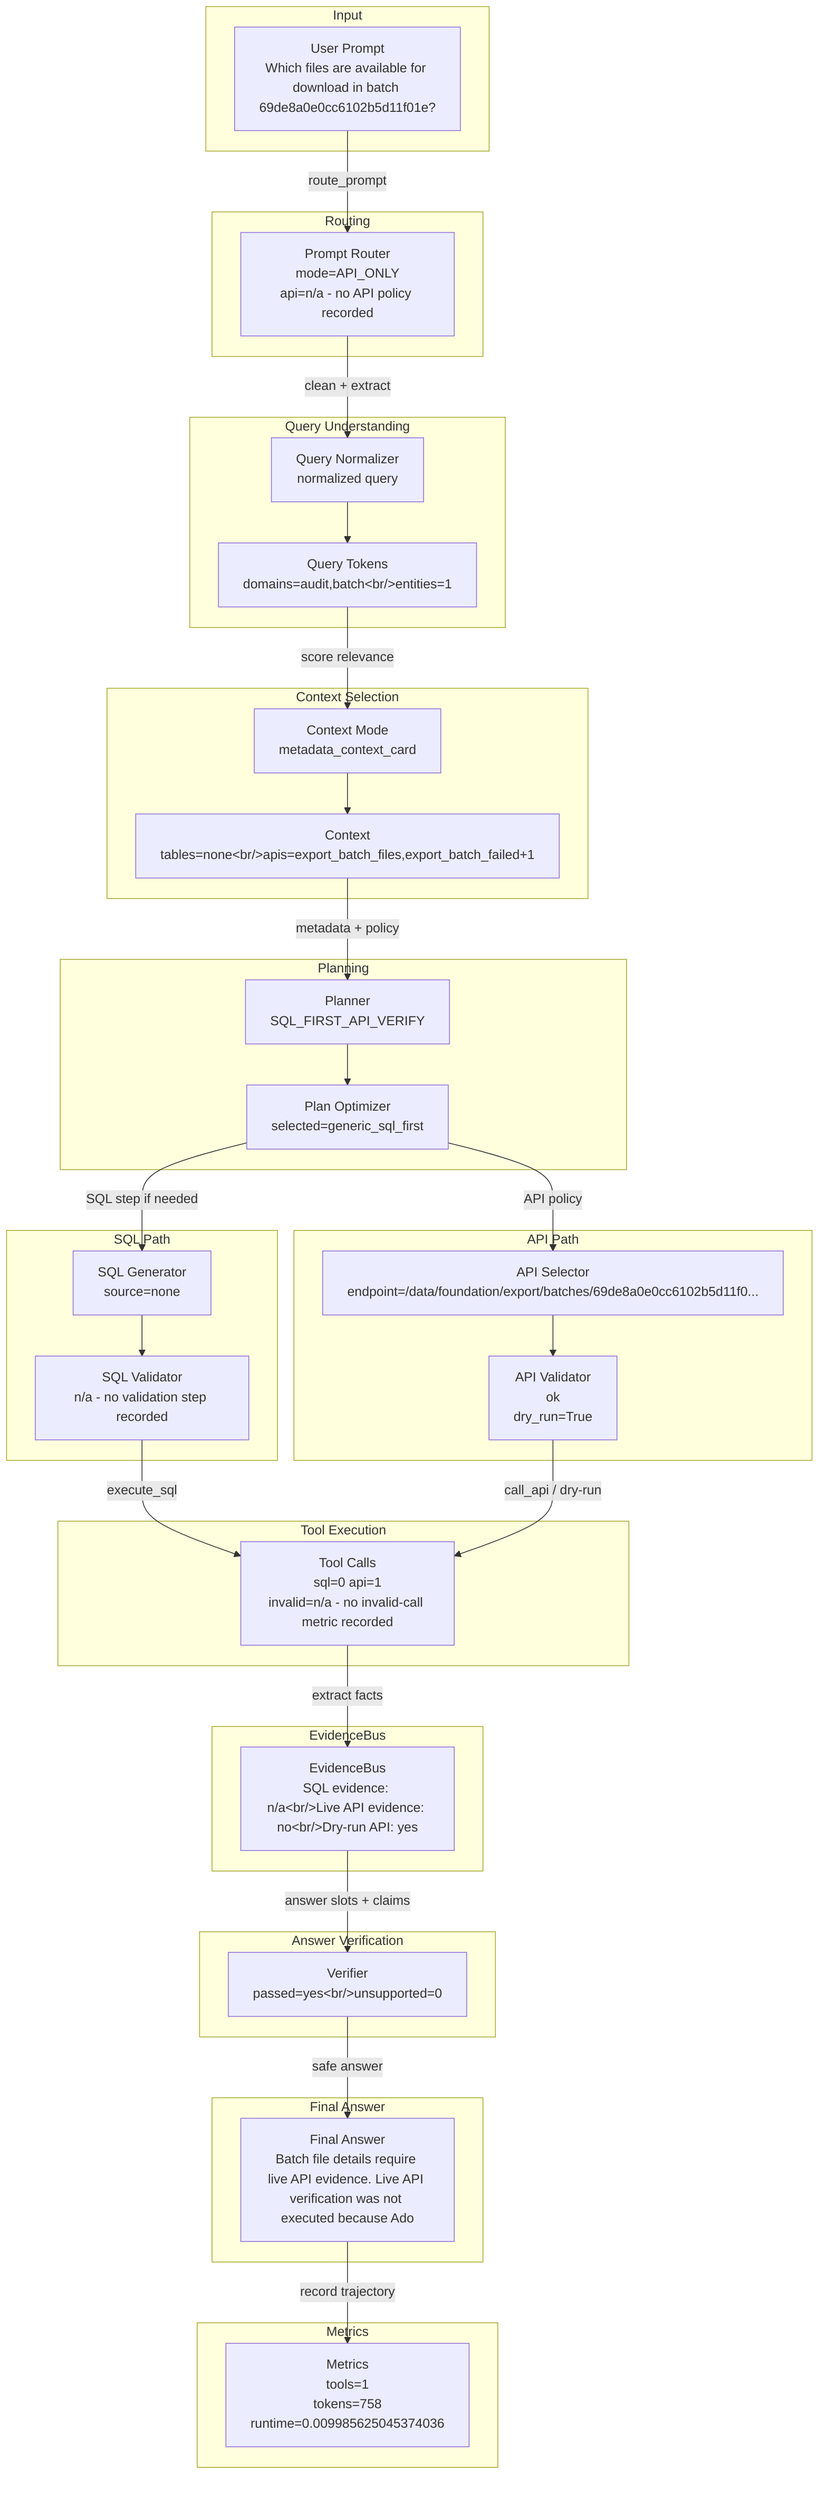
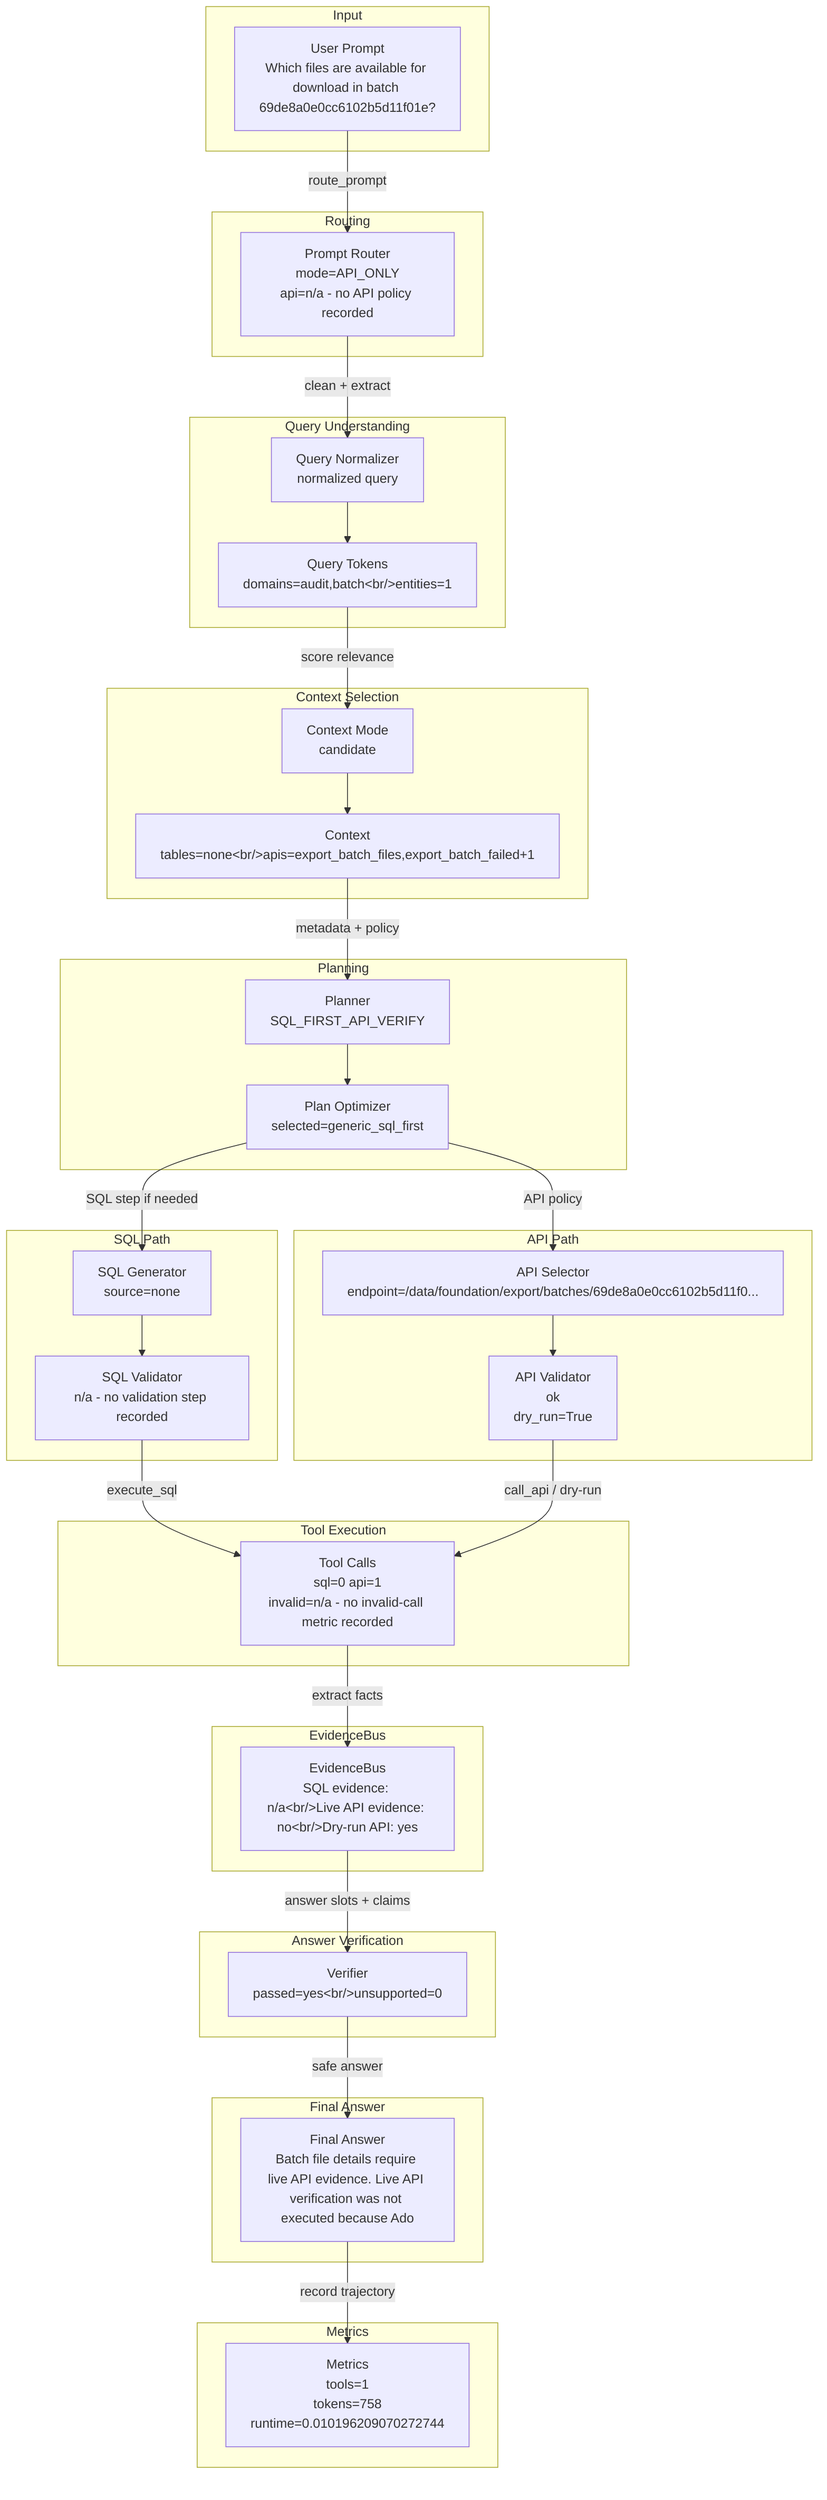
flowchart TD
  subgraph Input
    input_prompt["User Prompt<br/>Which files are available for download in batch 69de8a0e0cc6102b5d11f01e?"]
  end
  subgraph Routing
    router["Prompt Router<br/>mode=API_ONLY<br/>api=n/a - no API policy recorded"]
    input_prompt -->|route_prompt| router
  end
  subgraph QueryUnderstanding["Query Understanding"]
    normalizer["Query Normalizer<br/>normalized query"]
    tokens["Query Tokens<br/>domains=audit,batch&lt;br/&gt;entities=1"]
    router -->|clean + extract| normalizer --> tokens
  end
  subgraph ContextSelection["Context Selection"]
-     context["Context Mode<br/>metadata_context_card"]
+     context["Context Mode<br/>candidate"]
    candidates["Context<br/>tables=none&lt;br/&gt;apis=export_batch_files,export_batch_failed+1"]
    tokens -->|score relevance| context --> candidates
  end
  subgraph Planning
    planner["Planner<br/>SQL_FIRST_API_VERIFY"]
    optimizer["Plan Optimizer<br/>selected=generic_sql_first"]
    candidates -->|metadata + policy| planner --> optimizer
  end
  subgraph SQLPath["SQL Path"]
    sqlgen["SQL Generator<br/>source=none"]
    sqlval["SQL Validator<br/>n/a - no validation step recorded"]
    optimizer -->|SQL step if needed| sqlgen --> sqlval
  end
  subgraph APIPath["API Path"]
    apisel["API Selector<br/>endpoint=/data/foundation/export/batches/69de8a0e0cc6102b5d11f0..."]
    apival["API Validator<br/>ok<br/>dry_run=True"]
    optimizer -->|API policy| apisel --> apival
  end
  subgraph ToolExecution["Tool Execution"]
    tools["Tool Calls<br/>sql=0 api=1<br/>invalid=n/a - no invalid-call metric recorded"]
    sqlval -->|execute_sql| tools
    apival -->|call_api / dry-run| tools
  end
  subgraph EvidenceBus
    evidence["EvidenceBus<br/>SQL evidence: n/a&lt;br/&gt;Live API evidence: no&lt;br/&gt;Dry-run API: yes"]
    tools -->|extract facts| evidence
  end
  subgraph AnswerVerification["Answer Verification"]
    verifier["Verifier<br/>passed=yes&lt;br/&gt;unsupported=0"]
    evidence -->|answer slots + claims| verifier
  end
  subgraph FinalAnswer["Final Answer"]
    answer["Final Answer<br/>Batch file details require live API evidence. Live API verification was not executed because Ado"]
    verifier -->|safe answer| answer
  end
  subgraph Metrics
-     metrics["Metrics<br/>tools=1<br/>tokens=758<br/>runtime=0.009985625045374036"]
+     metrics["Metrics<br/>tools=1<br/>tokens=758<br/>runtime=0.010196209070272744"]
    answer -->|record trajectory| metrics
  end
